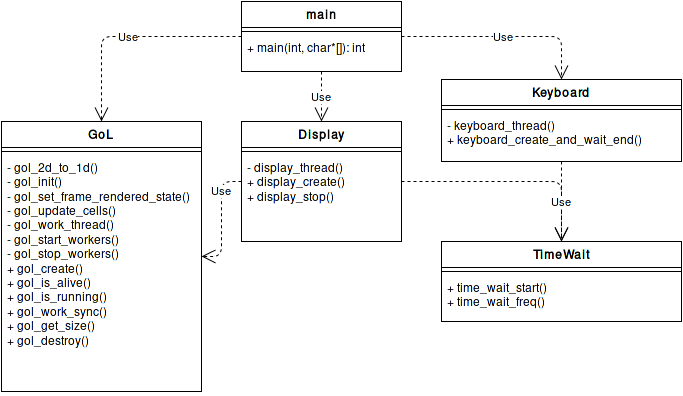
This is report/img/gol_modules.png from claudiosousa/game-of-life, a draw.io export, as it was before one commit. Source tidied: cells renumbered, new cells last; positions are measured from the earlier drawing's top-left corner, leaving out a move shared by most shapes.
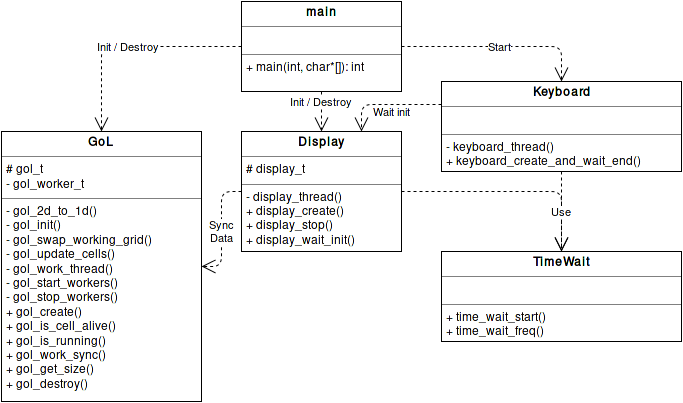
Above is the later version.

Commit message:
Update arch diagram

Change to the diagram source:
```diff
@@ -2,76 +2,61 @@
   <root>
     <mxCell id="0" />
     <mxCell id="1" parent="0" />
-    <mxCell id="2" value="main" style="swimlane;html=1;fontStyle=1;align=center;verticalAlign=top;horizontal=1;startSize=26;swimlaneFillColor=#ffffff;" parent="1" vertex="1">
-      <mxGeometry x="240" width="160" height="70" as="geometry" />
-    </mxCell>
-    <mxCell id="3" style="line;html=1;strokeWidth=1;fillColor=none;align=left;verticalAlign=middle;spacingTop=-1;spacingLeft=3;spacingRight=3;labelPosition=right;" parent="2" vertex="1">
-      <mxGeometry y="26" width="160" height="8" as="geometry" />
-    </mxCell>
-    <mxCell id="4" value="+ main(int, char*[]): int&lt;br&gt;" style="text;html=1;strokeColor=none;fillColor=none;align=left;verticalAlign=top;spacingLeft=4;spacingRight=4;whiteSpace=wrap;overflow=hidden;" parent="2" vertex="1">
-      <mxGeometry y="34" width="160" height="26" as="geometry" />
-    </mxCell>
-    <mxCell id="5" value="Keyboard" style="swimlane;html=1;fontStyle=1;align=center;verticalAlign=top;horizontal=1;startSize=26;swimlaneFillColor=#ffffff;" parent="1" vertex="1">
-      <mxGeometry x="440" y="78" width="240" height="82" as="geometry" />
-    </mxCell>
-    <mxCell id="6" style="line;html=1;strokeWidth=1;fillColor=none;align=left;verticalAlign=middle;spacingTop=-1;spacingLeft=3;spacingRight=3;labelPosition=right;" parent="5" vertex="1">
-      <mxGeometry y="26" width="240" height="8" as="geometry" />
-    </mxCell>
-    <mxCell id="7" value="- keyboard_thread()&lt;br&gt;+ keyboard_create_and_wait_end()&lt;br&gt;" style="text;html=1;strokeColor=none;fillColor=none;align=left;verticalAlign=top;spacingLeft=4;spacingRight=4;whiteSpace=wrap;overflow=hidden;" parent="5" vertex="1">
-      <mxGeometry y="34" width="240" height="46" as="geometry" />
-    </mxCell>
-    <mxCell id="8" value="TimeWait" style="swimlane;html=1;fontStyle=1;align=center;verticalAlign=top;horizontal=1;startSize=26;swimlaneFillColor=#ffffff;" parent="1" vertex="1">
-      <mxGeometry x="440" y="240" width="240" height="80" as="geometry" />
-    </mxCell>
-    <mxCell id="9" style="line;html=1;strokeWidth=1;fillColor=none;align=left;verticalAlign=middle;spacingTop=-1;spacingLeft=3;spacingRight=3;labelPosition=right;" parent="8" vertex="1">
-      <mxGeometry y="26" width="240" height="8" as="geometry" />
-    </mxCell>
-    <mxCell id="10" value="+ time_wait_start()&lt;br&gt;+ time_wait_freq()&lt;br&gt;" style="text;html=1;strokeColor=none;fillColor=none;align=left;verticalAlign=top;spacingLeft=4;spacingRight=4;whiteSpace=wrap;overflow=hidden;" parent="8" vertex="1">
-      <mxGeometry y="34" width="240" height="46" as="geometry" />
-    </mxCell>
-    <mxCell id="11" value="Display" style="swimlane;html=1;fontStyle=1;align=center;verticalAlign=top;horizontal=1;startSize=26;swimlaneFillColor=#ffffff;" parent="1" vertex="1">
-      <mxGeometry x="240" y="120" width="160" height="120" as="geometry" />
-    </mxCell>
-    <mxCell id="12" style="line;html=1;strokeWidth=1;fillColor=none;align=left;verticalAlign=middle;spacingTop=-1;spacingLeft=3;spacingRight=3;labelPosition=right;" parent="11" vertex="1">
-      <mxGeometry y="26" width="160" height="8" as="geometry" />
-    </mxCell>
-    <mxCell id="13" value="- display_thread()&lt;br&gt;+ display_create()&lt;br&gt;+ display_stop()" style="text;html=1;strokeColor=none;fillColor=none;align=left;verticalAlign=top;spacingLeft=4;spacingRight=4;whiteSpace=wrap;overflow=hidden;" parent="11" vertex="1">
-      <mxGeometry y="34" width="160" height="60" as="geometry" />
-    </mxCell>
-    <mxCell id="14" style="endArrow=open;endSize=12;dashed=1;html=1;exitX=1;exitY=0.5;entryX=0.5;entryY=0;edgeStyle=orthogonalEdgeStyle;" parent="1" edge="1" source="11" target="8">
-      <mxGeometry relative="1" as="geometry" />
+    <mxCell id="14" style="endArrow=open;endSize=12;dashed=1;html=1;entryX=0.5;entryY=0;edgeStyle=orthogonalEdgeStyle;exitX=1;exitY=0.5;" parent="1" edge="1" source="26" target="23">
+      <mxGeometry relative="1" as="geometry">
+        <Array as="points">
+          <mxPoint x="400" y="180" />
+          <mxPoint x="560" y="180" />
+        </Array>
+      </mxGeometry>
     </mxCell>
-    <mxCell id="15" value="Use" style="endArrow=open;endSize=12;dashed=1;html=1;exitX=0.5;exitY=1;entryX=0.5;entryY=0;" parent="1" edge="1" source="5" target="8">
+    <mxCell id="15" value="Use" style="endArrow=open;endSize=12;dashed=1;html=1;entryX=0.5;entryY=0;exitX=0.5;exitY=1;" parent="1" edge="1" source="24" target="23">
       <mxGeometry relative="1" as="geometry" />
     </mxCell>
-    <mxCell id="16" value="Use" style="endArrow=open;endSize=12;dashed=1;html=1;exitX=0.5;exitY=1;entryX=0.5;entryY=0;" parent="1" edge="1" source="2" target="11">
-      <mxGeometry relative="1" as="geometry" />
+    <mxCell id="16" value="Init / Destroy&lt;br&gt;" style="endArrow=open;endSize=12;dashed=1;html=1;entryX=0.5;entryY=0;exitX=0.5;exitY=1;" parent="1" edge="1" source="25" target="26">
+      <mxGeometry x="-0.5" relative="1" as="geometry" />
     </mxCell>
-    <mxCell id="17" value="Use" style="endArrow=open;endSize=12;dashed=1;html=1;entryX=0.5;entryY=0;edgeStyle=orthogonalEdgeStyle;exitX=1;exitY=0.5;" parent="1" edge="1" source="2" target="5">
+    <mxCell id="17" value="Start" style="endArrow=open;endSize=12;dashed=1;html=1;entryX=0.5;entryY=0;edgeStyle=orthogonalEdgeStyle;exitX=1;exitY=0.5;" parent="1" edge="1" source="25" target="24">
       <mxGeometry relative="1" as="geometry">
         <Array as="points">
           <mxPoint x="560" y="35" />
         </Array>
       </mxGeometry>
     </mxCell>
-    <mxCell id="18" value="Use" style="endArrow=open;endSize=12;dashed=1;html=1;exitX=0;exitY=0.5;entryX=1;entryY=0.5;edgeStyle=orthogonalEdgeStyle;" parent="1" edge="1" source="11" target="20">
-      <mxGeometry x="-0.5" relative="1" as="geometry" />
+    <mxCell id="18" value="Sync&lt;br&gt;Data&lt;br&gt;" style="endArrow=open;endSize=12;dashed=1;html=1;entryX=1;entryY=0.5;edgeStyle=orthogonalEdgeStyle;exitX=0;exitY=0.5;" parent="1" edge="1" source="26" target="28">
+      <mxGeometry x="0.04" relative="1" as="geometry">
+        <Array as="points">
+          <mxPoint x="220" y="180" />
+          <mxPoint x="220" y="255" />
+        </Array>
+      </mxGeometry>
     </mxCell>
-    <mxCell id="19" value="Use" style="endArrow=open;endSize=12;dashed=1;html=1;exitX=0;exitY=0.5;edgeStyle=orthogonalEdgeStyle;entryX=0.5;entryY=0;" parent="1" edge="1" source="2" target="20">
+    <mxCell id="19" value="Init / Destroy&lt;br&gt;" style="endArrow=open;endSize=12;dashed=1;html=1;edgeStyle=orthogonalEdgeStyle;exitX=0;exitY=0.5;entryX=0.5;entryY=0;" parent="1" edge="1" source="25" target="28">
       <mxGeometry relative="1" as="geometry">
         <Array as="points">
           <mxPoint x="100" y="35" />
         </Array>
       </mxGeometry>
     </mxCell>
-    <mxCell id="20" value="GoL" style="swimlane;html=1;fontStyle=1;align=center;verticalAlign=top;horizontal=1;startSize=26;swimlaneFillColor=#ffffff;" parent="1" vertex="1">
-      <mxGeometry y="120" width="200" height="270" as="geometry" />
-    </mxCell>
-    <mxCell id="21" style="line;html=1;strokeWidth=1;fillColor=none;align=left;verticalAlign=middle;spacingTop=-1;spacingLeft=3;spacingRight=3;labelPosition=right;" parent="20" vertex="1">
-      <mxGeometry y="26" width="200" height="8" as="geometry" />
-    </mxCell>
-    <mxCell id="22" value="- gol_2d_to_1d()&lt;br&gt;- gol_init()&lt;br&gt;- gol_set_frame_rendered_state()&lt;br&gt;- gol_update_cells()&lt;br&gt;- gol_work_thread()&lt;br&gt;- gol_start_workers()&lt;br&gt;- gol_stop_workers()&lt;br&gt;+ gol_create()&lt;br&gt;+ gol_is_alive()&lt;br&gt;+ gol_is_running()&lt;br&gt;+ gol_work_sync()&lt;br&gt;+ gol_get_size()&lt;br&gt;+ gol_destroy()&lt;br&gt;" style="text;html=1;strokeColor=none;fillColor=none;align=left;verticalAlign=top;spacingLeft=4;spacingRight=4;whiteSpace=wrap;overflow=hidden;" parent="20" vertex="1">
-      <mxGeometry y="34" width="200" height="236" as="geometry" />
-    </mxCell>
+    <mxCell id="23" value="&lt;p style=&quot;margin: 0px ; margin-top: 4px ; text-align: center&quot;&gt;&lt;b&gt;TimeWait&lt;/b&gt;&lt;br&gt;&lt;/p&gt;&lt;hr size=&quot;1&quot;&gt;&lt;p style=&quot;margin: 0px ; margin-left: 4px&quot;&gt;&lt;br&gt;&lt;/p&gt;&lt;hr size=&quot;1&quot;&gt;&lt;p style=&quot;margin: 0px ; margin-left: 4px&quot;&gt;+ time_wait_start()&lt;br&gt;+ time_wait_freq()&lt;br&gt;&lt;/p&gt;" style="verticalAlign=top;align=left;overflow=fill;fontSize=12;fontFamily=Helvetica;html=1;" parent="1" vertex="1">
+      <mxGeometry x="440" y="240" width="240" height="90" as="geometry" />
+    </mxCell>
+    <mxCell id="24" value="&lt;p style=&quot;margin: 0px ; margin-top: 4px ; text-align: center&quot;&gt;&lt;b&gt;Keyboard&lt;/b&gt;&lt;/p&gt;&lt;hr size=&quot;1&quot;&gt;&lt;p style=&quot;margin: 0px ; margin-left: 4px&quot;&gt;&lt;br&gt;&lt;/p&gt;&lt;hr size=&quot;1&quot;&gt;&lt;p style=&quot;margin: 0px ; margin-left: 4px&quot;&gt;- keyboard_thread()&lt;br&gt;+ keyboard_create_and_wait_end()&lt;br&gt;&lt;/p&gt;" style="verticalAlign=top;align=left;overflow=fill;fontSize=12;fontFamily=Helvetica;html=1;" parent="1" vertex="1">
+      <mxGeometry x="440" y="70" width="240" height="90" as="geometry" />
+    </mxCell>
+    <mxCell id="25" value="&lt;p style=&quot;margin: 0px ; margin-top: 4px ; text-align: center&quot;&gt;&lt;b&gt;main&lt;/b&gt;&lt;br&gt;&lt;/p&gt;&lt;hr size=&quot;1&quot;&gt;&lt;p style=&quot;margin: 0px ; margin-left: 4px&quot;&gt;&lt;br&gt;&lt;/p&gt;&lt;hr size=&quot;1&quot;&gt;&lt;p style=&quot;margin: 0px ; margin-left: 4px&quot;&gt;+ main(int, char*[]): int&lt;br&gt;&lt;/p&gt;" style="verticalAlign=top;align=left;overflow=fill;fontSize=12;fontFamily=Helvetica;html=1;" parent="1" vertex="1">
+      <mxGeometry x="240" y="-10" width="160" height="90" as="geometry" />
+    </mxCell>
+    <mxCell id="26" value="&lt;p style=&quot;margin: 0px ; margin-top: 4px ; text-align: center&quot;&gt;&lt;b&gt;Display&lt;/b&gt;&lt;/p&gt;&lt;hr size=&quot;1&quot;&gt;&lt;p style=&quot;margin: 0px ; margin-left: 4px&quot;&gt;# display_t&lt;br&gt;&lt;/p&gt;&lt;hr size=&quot;1&quot;&gt;&lt;p style=&quot;margin: 0px ; margin-left: 4px&quot;&gt;- display_thread()&lt;br&gt;+ display_create()&lt;br&gt;+ display_stop()&lt;/p&gt;&lt;p style=&quot;margin: 0px ; margin-left: 4px&quot;&gt;+ display_wait_init()&lt;br&gt;&lt;/p&gt;" style="verticalAlign=top;align=left;overflow=fill;fontSize=12;fontFamily=Helvetica;html=1;" parent="1" vertex="1">
+      <mxGeometry x="240" y="120" width="160" height="120" as="geometry" />
+    </mxCell>
+    <mxCell id="27" value="Wait init&lt;br&gt;" style="endArrow=open;endSize=12;dashed=1;html=1;entryX=0.75;entryY=0;exitX=0;exitY=0.25;edgeStyle=orthogonalEdgeStyle;" parent="1" edge="1" source="24" target="26">
+      <mxGeometry as="geometry">
+        <mxPoint x="-10" y="-6" as="offset" />
+      </mxGeometry>
+    </mxCell>
+    <mxCell id="28" value="&lt;p style=&quot;margin: 0px ; margin-top: 4px ; text-align: center&quot;&gt;&lt;b&gt;GoL&lt;/b&gt;&lt;br&gt;&lt;/p&gt;&lt;hr size=&quot;1&quot;&gt;&lt;p style=&quot;margin: 0px ; margin-left: 4px&quot;&gt;# gol_t&lt;/p&gt;&lt;p style=&quot;margin: 0px ; margin-left: 4px&quot;&gt;- gol_worker_t&lt;br&gt;&lt;/p&gt;&lt;hr size=&quot;1&quot;&gt;&lt;p style=&quot;margin: 0px ; margin-left: 4px&quot;&gt;- gol_2d_to_1d()&lt;br&gt;- gol_init()&lt;br&gt;- gol_swap_working_grid()&lt;br&gt;- gol_update_cells()&lt;br&gt;- gol_work_thread()&lt;br&gt;- gol_start_workers()&lt;br&gt;- gol_stop_workers()&lt;br&gt;+ gol_create()&lt;br&gt;+ gol_is_cell_alive()&lt;br&gt;+ gol_is_running()&lt;br&gt;+ gol_work_sync()&lt;br&gt;+ gol_get_size()&lt;br&gt;+ gol_destroy()&lt;br&gt;&lt;/p&gt;" style="verticalAlign=top;align=left;overflow=fill;fontSize=12;fontFamily=Helvetica;html=1;" parent="1" vertex="1">
+      <mxGeometry y="120" width="200" height="270" as="geometry" />
+    </mxCell>
   </root>
 </mxGraphModel>
```
